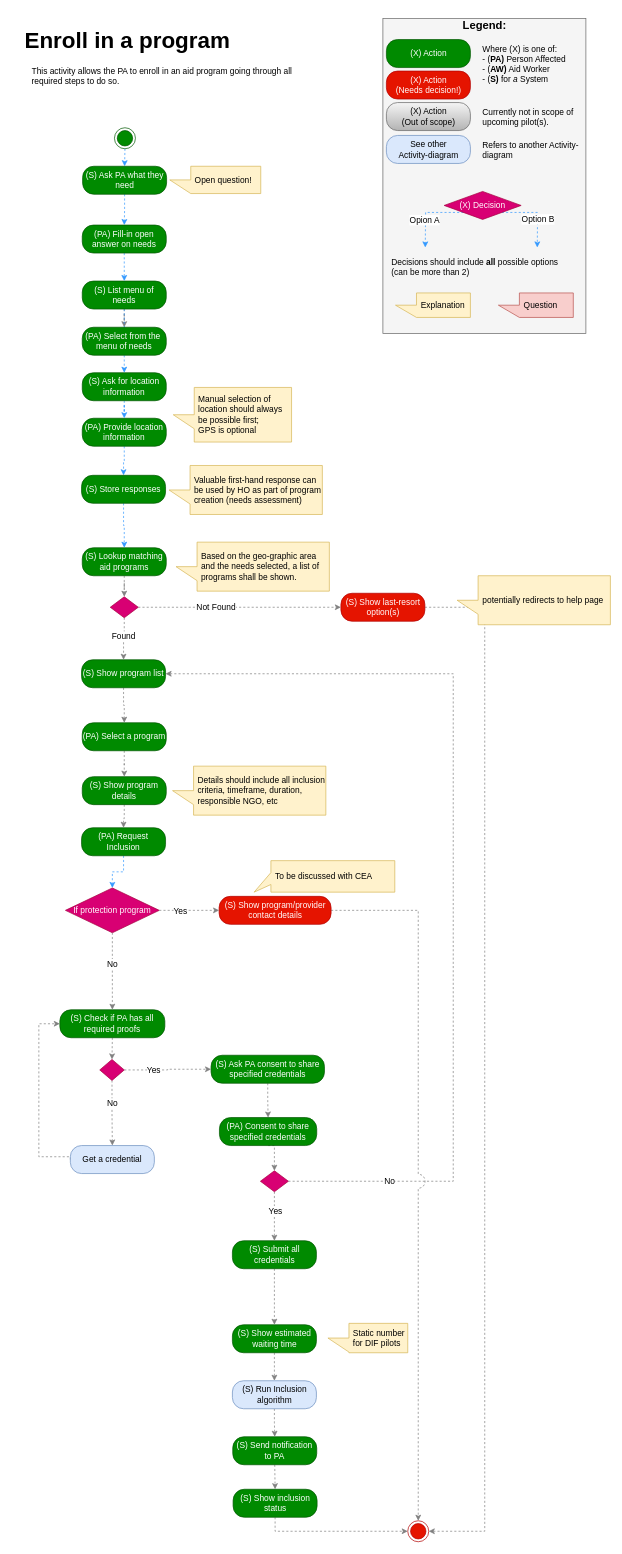
nsward/diagrams keeps this draw.io diagram as Activity Diagrams/Enroll in a program activity.drawio. Above is the earlier version. Source tidied: cells renumbered, new cells numbered last; positions are measured from the earlier drawing's top-left corner, leaving out a move shared by most shapes. Both pictures are drawn from the tidied source at 70%, with x=0, y=0 at pixel (12, 12).
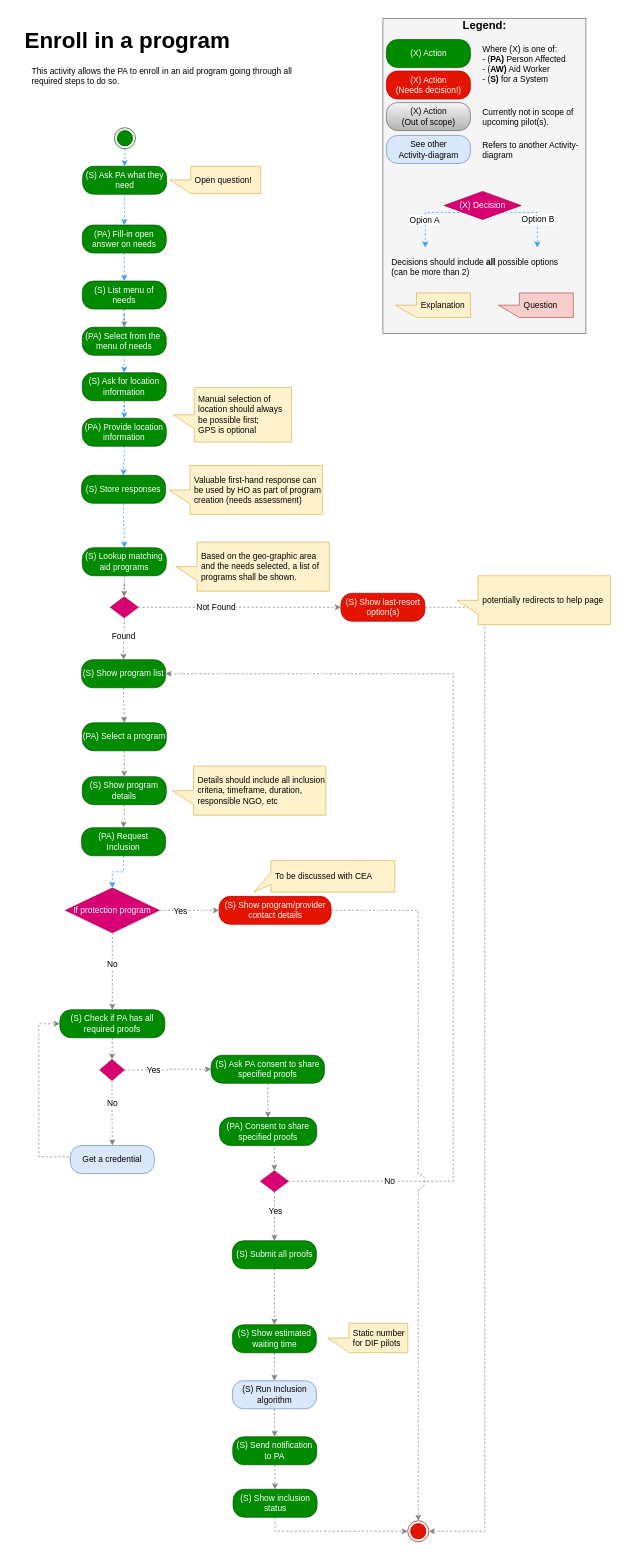
After the change.

The edit, as a diff of the source:
```diff
@@
-    <mxCell id="35" value="(S) Submit all credentials" style="rounded=1;whiteSpace=wrap;html=1;arcSize=40;fillColor=#008a00;strokeColor=#005700;fontColor=#ffffff;" parent="1" vertex="1">
+    <mxCell id="35" value="(S) Submit all proofs" style="rounded=1;whiteSpace=wrap;html=1;arcSize=40;fillColor=#008a00;strokeColor=#005700;fontColor=#ffffff;" parent="1" vertex="1">
       <mxGeometry x="314.5" y="1755" width="120" height="40" as="geometry" />
     </mxCell>
@@
-    <mxCell id="59" value="(PA) Consent to share specified credentials" style="rounded=1;whiteSpace=wrap;html=1;arcSize=40;fillColor=#008a00;strokeColor=#005700;fontColor=#ffffff;" parent="1" vertex="1">
+    <mxCell id="59" value="(PA) Consent to share specified proofs" style="rounded=1;whiteSpace=wrap;html=1;arcSize=40;fillColor=#008a00;strokeColor=#005700;fontColor=#ffffff;" parent="1" vertex="1">
       <mxGeometry x="296" y="1579" width="139" height="40" as="geometry" />
     </mxCell>
@@
-    <mxCell id="61" value="(S) Ask PA consent to share specified credentials" style="rounded=1;whiteSpace=wrap;html=1;arcSize=40;fillColor=#008a00;strokeColor=#005700;fontColor=#ffffff;" parent="1" vertex="1">
+    <mxCell id="61" value="(S) Ask PA consent to share specified proofs" style="rounded=1;whiteSpace=wrap;html=1;arcSize=40;fillColor=#008a00;strokeColor=#005700;fontColor=#ffffff;" parent="1" vertex="1">
       <mxGeometry x="284" y="1490" width="162" height="40" as="geometry" />
     </mxCell>
```
